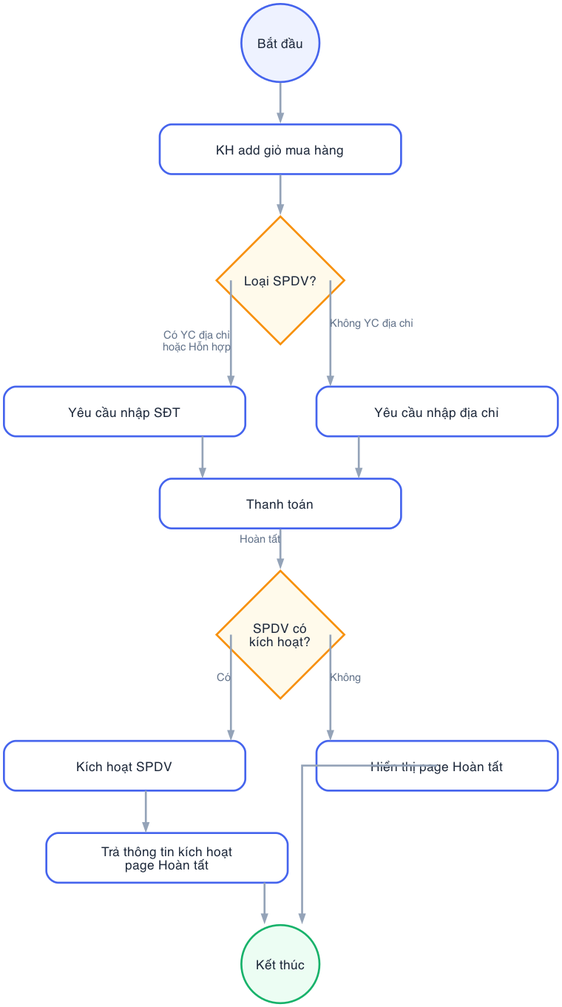
Above: diagrams/bpmn_shopping_cart.png in hathuy2706-BA/FPT (Graphviz), before the change. Its source is kept beside it as diagrams/bpmn_shopping_cart.dot.
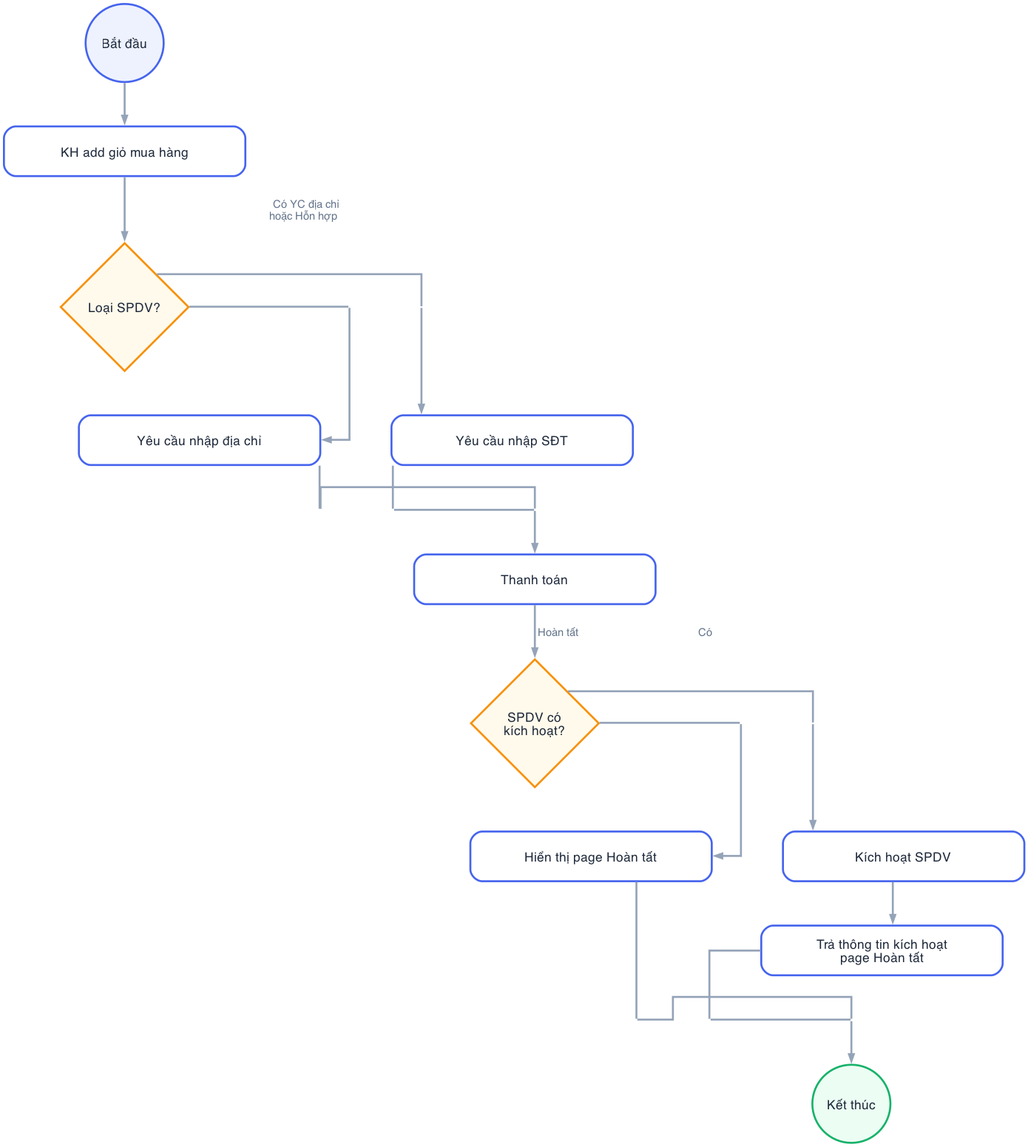
Later version of the same file.

Commit message:
Fix orthogonal routing to strictly enter/exit from centers using precise invisible node ranks

Diff of the diagram source:
```diff
@@ -31,24 +31,43 @@
     show_thanks_activate [label="Trả thông tin kích hoạt\npage Hoàn tất"];
     show_thanks_no_activate [label="Hiển thị page Hoàn tất"];
 
+    node [shape=point, width=0, height=0, style=invis];
+    p_tL; p_tR;
+    p_pL; p_pC; p_pR;
+    p_aL; p_aR;
+    p_eL; p_eC; p_eR;
 
     start -> add_cart;
     add_cart -> check_type;
 
-    check_type:w -> req_phone:n [xlabel="Có YC địa chỉ\nhoặc Hỗn hợp", fontcolor="#64748B"];
-    check_type:e -> req_address:n [xlabel="Không YC địa chỉ", fontcolor="#64748B"];
+    { rank=same; p_tL; check_type; p_tR; }
+    check_type -> p_tL [dir=none, label=" Có YC địa chỉ\nhoặc Hỗn hợp ", fontcolor="#64748B"];
+    check_type -> p_tR [dir=none, label=" Không YC địa chỉ ", fontcolor="#64748B"];
+    p_tL -> req_phone;
+    p_tR -> req_address;
 
-    req_phone:s -> payment:n;
-    req_address:s -> payment:n;
+    { rank=same; p_pL; p_pC; p_pR; }
+    req_phone -> p_pL [dir=none];
+    req_address -> p_pR [dir=none];
+    p_pL -> p_pC [dir=none];
+    p_pR -> p_pC [dir=none];
+    p_pC -> payment;
 
-    payment -> check_activation [xlabel="Hoàn tất", fontcolor="#64748B"];
+    payment -> check_activation [label=" Hoàn tất ", fontcolor="#64748B"];
 
-    check_activation:w -> activate:n [xlabel="Có", fontcolor="#64748B"];
-    check_activation:e -> show_thanks_no_activate:n [xlabel="Không", fontcolor="#64748B"];
+    { rank=same; p_aL; check_activation; p_aR; }
+    check_activation -> p_aL [dir=none, label=" Có ", fontcolor="#64748B"];
+    check_activation -> p_aR [dir=none, label=" Không ", fontcolor="#64748B"];
+    p_aL -> activate;
+    p_aR -> show_thanks_no_activate;
 
-    activate:s -> show_thanks_activate:n;
-    show_thanks_activate:s -> end_node:n;
-    show_thanks_no_activate:s -> end_node:n;
+    activate -> show_thanks_activate;
+    { rank=same; p_eL; p_eC; p_eR; }
+    show_thanks_activate -> p_eL [dir=none];
+    show_thanks_no_activate -> p_eR [dir=none];
+    p_eL -> p_eC [dir=none];
+    p_eR -> p_eC [dir=none];
+    p_eC -> end_node;
 
     { rank=same; req_phone; req_address; }
     { rank=same; activate; show_thanks_no_activate; }
```
